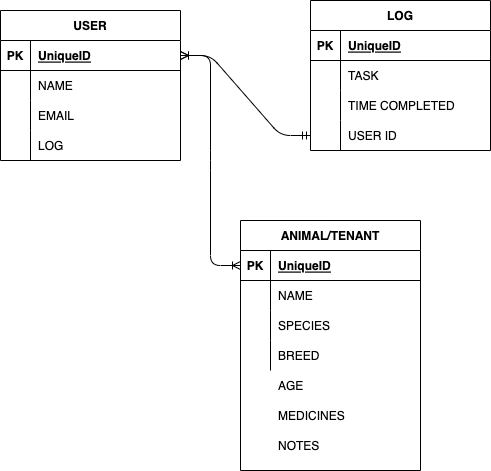
Earlier version of the draw.io export wireframes/erd.drawio.png (mHaines9219/ShelterHelper). Source tidied: cells renumbered, new cells last; positions are measured from the earlier drawing's top-left corner, leaving out a move shared by most shapes. Source of this version:
```xml
<mxGraphModel>
  <root>
    <mxCell id="0" />
    <mxCell id="1" parent="0" />
    <mxCell id="2" value="USER" style="shape=table;startSize=30;rowLines=0;fontStyle=1;align=center;" parent="1" vertex="1">
      <mxGeometry y="10" width="180" height="150" as="geometry" />
    </mxCell>
    <mxCell id="3" style="shape=tableRow;horizontal=0;startSize=0;swimlaneHead=0;swimlaneBody=0;fillColor=none;points=[[0,0.5],[1,0.5]];portConstraint=eastwest;top=0;left=0;right=0;bottom=1;" parent="2" vertex="1">
      <mxGeometry y="30" width="180" height="30" as="geometry" />
    </mxCell>
    <mxCell id="4" value="PK" style="shape=partialRectangle;fillColor=none;top=0;left=0;bottom=0;right=0;fontStyle=1;overflow=hidden;" parent="3" vertex="1">
      <mxGeometry width="30" height="30" as="geometry" />
    </mxCell>
    <mxCell id="5" value="UniqueID" style="shape=partialRectangle;fillColor=none;top=0;left=0;bottom=0;right=0;align=left;spacingLeft=6;fontStyle=5;overflow=hidden;" parent="3" vertex="1">
      <mxGeometry x="30" width="150" height="30" as="geometry" />
    </mxCell>
    <mxCell id="6" style="shape=tableRow;horizontal=0;startSize=0;swimlaneHead=0;swimlaneBody=0;fillColor=none;top=0;left=0;right=0;bottom=0;" parent="2" vertex="1">
      <mxGeometry y="60" width="180" height="30" as="geometry" />
    </mxCell>
    <mxCell id="7" style="shape=partialRectangle;fillColor=none;top=0;left=0;bottom=0;right=0;overflow=hidden;" parent="6" vertex="1">
      <mxGeometry width="30" height="30" as="geometry" />
    </mxCell>
    <mxCell id="8" value="NAME" style="shape=partialRectangle;fillColor=none;top=0;left=0;bottom=0;right=0;align=left;spacingLeft=6;overflow=hidden;" parent="6" vertex="1">
      <mxGeometry x="30" width="150" height="30" as="geometry" />
    </mxCell>
    <mxCell id="9" style="shape=tableRow;horizontal=0;startSize=0;swimlaneHead=0;swimlaneBody=0;fillColor=none;top=0;left=0;right=0;bottom=0;" parent="2" vertex="1">
      <mxGeometry y="90" width="180" height="30" as="geometry" />
    </mxCell>
    <mxCell id="10" style="shape=partialRectangle;fillColor=none;top=0;left=0;bottom=0;right=0;overflow=hidden;" parent="9" vertex="1">
      <mxGeometry width="30" height="30" as="geometry" />
    </mxCell>
    <mxCell id="11" value="EMAIL" style="shape=partialRectangle;fillColor=none;top=0;left=0;bottom=0;right=0;align=left;spacingLeft=6;overflow=hidden;" parent="9" vertex="1">
      <mxGeometry x="30" width="150" height="30" as="geometry" />
    </mxCell>
    <mxCell id="12" style="shape=tableRow;horizontal=0;startSize=0;swimlaneHead=0;swimlaneBody=0;fillColor=none;top=0;left=0;right=0;bottom=0;" parent="2" vertex="1">
      <mxGeometry y="120" width="180" height="30" as="geometry" />
    </mxCell>
    <mxCell id="13" style="shape=partialRectangle;fillColor=none;top=0;left=0;bottom=0;right=0;overflow=hidden;" parent="12" vertex="1">
      <mxGeometry width="30" height="30" as="geometry" />
    </mxCell>
    <mxCell id="14" value="LOG" style="shape=partialRectangle;fillColor=none;top=0;left=0;bottom=0;right=0;align=left;spacingLeft=6;overflow=hidden;" parent="12" vertex="1">
      <mxGeometry x="30" width="150" height="30" as="geometry" />
    </mxCell>
    <mxCell id="15" value="ANIMAL/TENANT" style="shape=table;startSize=30;rowLines=0;fontStyle=1;align=center;" parent="1" vertex="1">
      <mxGeometry x="240" y="220" width="180" height="250" as="geometry" />
    </mxCell>
    <mxCell id="16" style="shape=tableRow;horizontal=0;startSize=0;swimlaneHead=0;swimlaneBody=0;fillColor=none;points=[[0,0.5],[1,0.5]];portConstraint=eastwest;top=0;left=0;right=0;bottom=1;" parent="15" vertex="1">
      <mxGeometry y="30" width="180" height="30" as="geometry" />
    </mxCell>
    <mxCell id="17" value="PK" style="shape=partialRectangle;fillColor=none;top=0;left=0;bottom=0;right=0;fontStyle=1;overflow=hidden;" parent="16" vertex="1">
      <mxGeometry width="30" height="30" as="geometry" />
    </mxCell>
    <mxCell id="18" value="UniqueID" style="shape=partialRectangle;fillColor=none;top=0;left=0;bottom=0;right=0;align=left;spacingLeft=6;fontStyle=5;overflow=hidden;" parent="16" vertex="1">
      <mxGeometry x="30" width="150" height="30" as="geometry" />
    </mxCell>
    <mxCell id="19" style="shape=tableRow;horizontal=0;startSize=0;swimlaneHead=0;swimlaneBody=0;fillColor=none;top=0;left=0;right=0;bottom=0;" parent="15" vertex="1">
      <mxGeometry y="60" width="180" height="30" as="geometry" />
    </mxCell>
    <mxCell id="20" style="shape=partialRectangle;fillColor=none;top=0;left=0;bottom=0;right=0;overflow=hidden;" parent="19" vertex="1">
      <mxGeometry width="30" height="30" as="geometry" />
    </mxCell>
    <mxCell id="21" value="NAME" style="shape=partialRectangle;fillColor=none;top=0;left=0;bottom=0;right=0;align=left;spacingLeft=6;overflow=hidden;" parent="19" vertex="1">
      <mxGeometry x="30" width="150" height="30" as="geometry" />
    </mxCell>
    <mxCell id="22" style="shape=tableRow;horizontal=0;startSize=0;swimlaneHead=0;swimlaneBody=0;fillColor=none;top=0;left=0;right=0;bottom=0;" parent="15" vertex="1">
      <mxGeometry y="90" width="180" height="30" as="geometry" />
    </mxCell>
    <mxCell id="23" style="shape=partialRectangle;fillColor=none;top=0;left=0;bottom=0;right=0;overflow=hidden;" parent="22" vertex="1">
      <mxGeometry width="30" height="30" as="geometry" />
    </mxCell>
    <mxCell id="24" value="SPECIES" style="shape=partialRectangle;fillColor=none;top=0;left=0;bottom=0;right=0;align=left;spacingLeft=6;overflow=hidden;" parent="22" vertex="1">
      <mxGeometry x="30" width="150" height="30" as="geometry" />
    </mxCell>
    <mxCell id="25" style="shape=tableRow;horizontal=0;startSize=0;swimlaneHead=0;swimlaneBody=0;fillColor=none;top=0;left=0;right=0;bottom=0;" parent="15" vertex="1">
      <mxGeometry y="120" width="180" height="30" as="geometry" />
    </mxCell>
    <mxCell id="26" style="shape=partialRectangle;fillColor=none;top=0;left=0;bottom=0;right=0;overflow=hidden;" parent="25" vertex="1">
      <mxGeometry width="30" height="30" as="geometry" />
    </mxCell>
    <mxCell id="27" value="BREED" style="shape=partialRectangle;fillColor=none;top=0;left=0;bottom=0;right=0;align=left;spacingLeft=6;overflow=hidden;" parent="25" vertex="1">
      <mxGeometry x="30" width="150" height="30" as="geometry" />
    </mxCell>
    <mxCell id="28" value="AGE" style="shape=partialRectangle;fillColor=none;top=0;left=0;bottom=0;right=0;align=left;spacingLeft=6;overflow=hidden;" parent="1" vertex="1">
      <mxGeometry x="270" y="370" width="150" height="30" as="geometry" />
    </mxCell>
    <mxCell id="29" value="MEDICINES" style="shape=partialRectangle;fillColor=none;top=0;left=0;bottom=0;right=0;align=left;spacingLeft=6;overflow=hidden;" parent="1" vertex="1">
      <mxGeometry x="270" y="400" width="150" height="30" as="geometry" />
    </mxCell>
    <mxCell id="30" value="NOTES" style="shape=partialRectangle;fillColor=none;top=0;left=0;bottom=0;right=0;align=left;spacingLeft=6;overflow=hidden;" parent="1" vertex="1">
      <mxGeometry x="270" y="430" width="150" height="30" as="geometry" />
    </mxCell>
    <mxCell id="31" value="LOG" style="shape=table;startSize=30;rowLines=0;fontStyle=1;align=center;" parent="1" vertex="1">
      <mxGeometry x="310" width="180" height="150" as="geometry" />
    </mxCell>
    <mxCell id="32" style="shape=tableRow;horizontal=0;startSize=0;swimlaneHead=0;swimlaneBody=0;fillColor=none;top=0;left=0;right=0;bottom=1;" parent="31" vertex="1">
      <mxGeometry y="30" width="180" height="30" as="geometry" />
    </mxCell>
    <mxCell id="33" value="PK" style="shape=partialRectangle;fillColor=none;top=0;left=0;bottom=0;right=0;fontStyle=1;overflow=hidden;" parent="32" vertex="1">
      <mxGeometry width="30" height="30" as="geometry" />
    </mxCell>
    <mxCell id="34" value="UniqueID" style="shape=partialRectangle;fillColor=none;top=0;left=0;bottom=0;right=0;align=left;spacingLeft=6;fontStyle=5;overflow=hidden;" parent="32" vertex="1">
      <mxGeometry x="30" width="150" height="30" as="geometry" />
    </mxCell>
    <mxCell id="35" style="shape=tableRow;horizontal=0;startSize=0;swimlaneHead=0;swimlaneBody=0;fillColor=none;top=0;left=0;right=0;bottom=0;" parent="31" vertex="1">
      <mxGeometry y="60" width="180" height="30" as="geometry" />
    </mxCell>
    <mxCell id="36" style="shape=partialRectangle;fillColor=none;top=0;left=0;bottom=0;right=0;overflow=hidden;" parent="35" vertex="1">
      <mxGeometry width="30" height="30" as="geometry" />
    </mxCell>
    <mxCell id="37" value="TASK" style="shape=partialRectangle;fillColor=none;top=0;left=0;bottom=0;right=0;align=left;spacingLeft=6;overflow=hidden;" parent="35" vertex="1">
      <mxGeometry x="30" width="150" height="30" as="geometry" />
    </mxCell>
    <mxCell id="38" style="shape=tableRow;horizontal=0;startSize=0;swimlaneHead=0;swimlaneBody=0;fillColor=none;top=0;left=0;right=0;bottom=0;" parent="31" vertex="1">
      <mxGeometry y="90" width="180" height="30" as="geometry" />
    </mxCell>
    <mxCell id="39" style="shape=partialRectangle;fillColor=none;top=0;left=0;bottom=0;right=0;overflow=hidden;" parent="38" vertex="1">
      <mxGeometry width="30" height="30" as="geometry" />
    </mxCell>
    <mxCell id="40" value="TIME COMPLETED" style="shape=partialRectangle;fillColor=none;top=0;left=0;bottom=0;right=0;align=left;spacingLeft=6;overflow=hidden;" parent="38" vertex="1">
      <mxGeometry x="30" width="150" height="30" as="geometry" />
    </mxCell>
    <mxCell id="41" style="shape=tableRow;horizontal=0;startSize=0;swimlaneHead=0;swimlaneBody=0;fillColor=none;points=[[0,0.5],[1,0.5]];portConstraint=eastwest;top=0;left=0;right=0;bottom=0;" parent="31" vertex="1">
      <mxGeometry y="120" width="180" height="30" as="geometry" />
    </mxCell>
    <mxCell id="42" style="shape=partialRectangle;fillColor=none;top=0;left=0;bottom=0;right=0;overflow=hidden;" parent="41" vertex="1">
      <mxGeometry width="30" height="30" as="geometry" />
    </mxCell>
    <mxCell id="43" value="USER ID" style="shape=partialRectangle;fillColor=none;top=0;left=0;bottom=0;right=0;align=left;spacingLeft=6;overflow=hidden;" parent="41" vertex="1">
      <mxGeometry x="30" width="150" height="30" as="geometry" />
    </mxCell>
    <mxCell id="44" style="edgeStyle=entityRelationEdgeStyle;fontSize=12;html=1;endArrow=ERoneToMany;startArrow=ERmandOne;" parent="1" edge="1" source="41" target="3">
      <mxGeometry relative="1" as="geometry" />
    </mxCell>
    <mxCell id="45" style="edgeStyle=entityRelationEdgeStyle;fontSize=12;html=1;endArrow=ERoneToMany;startArrow=ERoneToMany;entryX=0;entryY=0.5;entryDx=0;entryDy=0;" parent="1" edge="1" source="3" target="16">
      <mxGeometry relative="1" as="geometry" />
    </mxCell>
  </root>
</mxGraphModel>
```
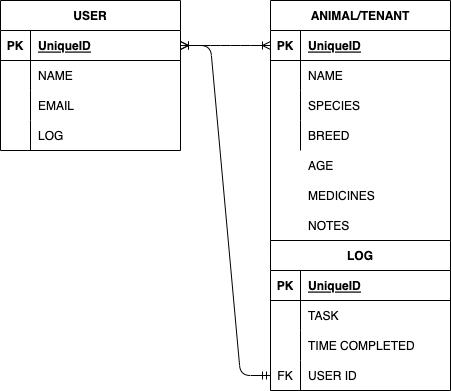
The same diagram one commit later.

Change to the diagram source:
```diff
@@ -3,7 +3,7 @@
     <mxCell id="0" />
     <mxCell id="1" parent="0" />
     <mxCell id="2" value="USER" style="shape=table;startSize=30;rowLines=0;fontStyle=1;align=center;" parent="1" vertex="1">
-      <mxGeometry y="10" width="180" height="150" as="geometry" />
+      <mxGeometry x="-30" y="220" width="180" height="150" as="geometry" />
     </mxCell>
     <mxCell id="3" style="shape=tableRow;horizontal=0;startSize=0;swimlaneHead=0;swimlaneBody=0;fillColor=none;points=[[0,0.5],[1,0.5]];portConstraint=eastwest;top=0;left=0;right=0;bottom=1;" parent="2" vertex="1">
       <mxGeometry y="30" width="180" height="30" as="geometry" />
@@ -90,7 +90,7 @@
       <mxGeometry x="270" y="430" width="150" height="30" as="geometry" />
     </mxCell>
     <mxCell id="31" value="LOG" style="shape=table;startSize=30;rowLines=0;fontStyle=1;align=center;" parent="1" vertex="1">
-      <mxGeometry x="310" width="180" height="150" as="geometry" />
+      <mxGeometry x="240" y="460" width="180" height="150" as="geometry" />
     </mxCell>
     <mxCell id="32" style="shape=tableRow;horizontal=0;startSize=0;swimlaneHead=0;swimlaneBody=0;fillColor=none;top=0;left=0;right=0;bottom=1;" parent="31" vertex="1">
       <mxGeometry y="30" width="180" height="30" as="geometry" />
@@ -122,7 +122,7 @@
     <mxCell id="41" style="shape=tableRow;horizontal=0;startSize=0;swimlaneHead=0;swimlaneBody=0;fillColor=none;points=[[0,0.5],[1,0.5]];portConstraint=eastwest;top=0;left=0;right=0;bottom=0;" parent="31" vertex="1">
       <mxGeometry y="120" width="180" height="30" as="geometry" />
     </mxCell>
-    <mxCell id="42" style="shape=partialRectangle;fillColor=none;top=0;left=0;bottom=0;right=0;overflow=hidden;" parent="41" vertex="1">
+    <mxCell id="42" value="FK" style="shape=partialRectangle;fillColor=none;top=0;left=0;bottom=0;right=0;overflow=hidden;" parent="41" vertex="1">
       <mxGeometry width="30" height="30" as="geometry" />
     </mxCell>
     <mxCell id="43" value="USER ID" style="shape=partialRectangle;fillColor=none;top=0;left=0;bottom=0;right=0;align=left;spacingLeft=6;overflow=hidden;" parent="41" vertex="1">
```
